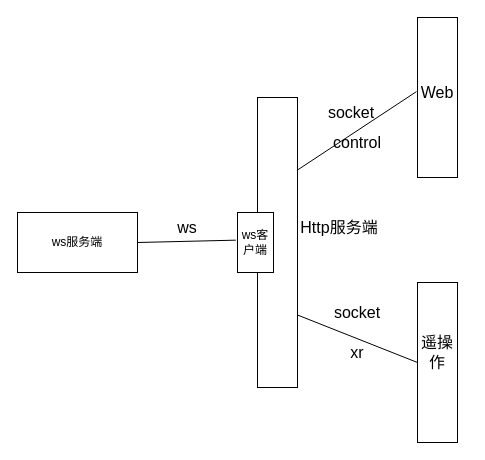
This is teleop.drawio from zyyilotworking/project_data, a draw.io file, before an edit. Source tidied: cells renumbered, new cells numbered last; positions are measured from the earlier drawing's top-left corner, leaving out a move shared by most shapes. Both pictures are drawn from the tidied source at 100%, with x=0, y=0 at pixel (17, 17).
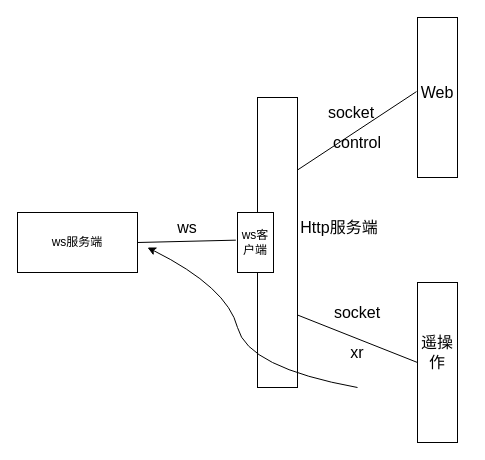
After the change.

Change to the diagram source:
```diff
@@
+    <mxCell id="18" style="curved=1;endArrow=classic;html=1;rounded=0;" parent="1" edge="1">
+      <mxGeometry relative="1" as="geometry">
+        <mxPoint x="340" y="370" as="sourcePoint" />
+        <mxPoint x="130" y="230" as="targetPoint" />
+        <Array as="points">
+          <mxPoint x="230" y="350" />
+          <mxPoint x="210" y="270" />
+        </Array>
+      </mxGeometry>
+    </mxCell>
```
